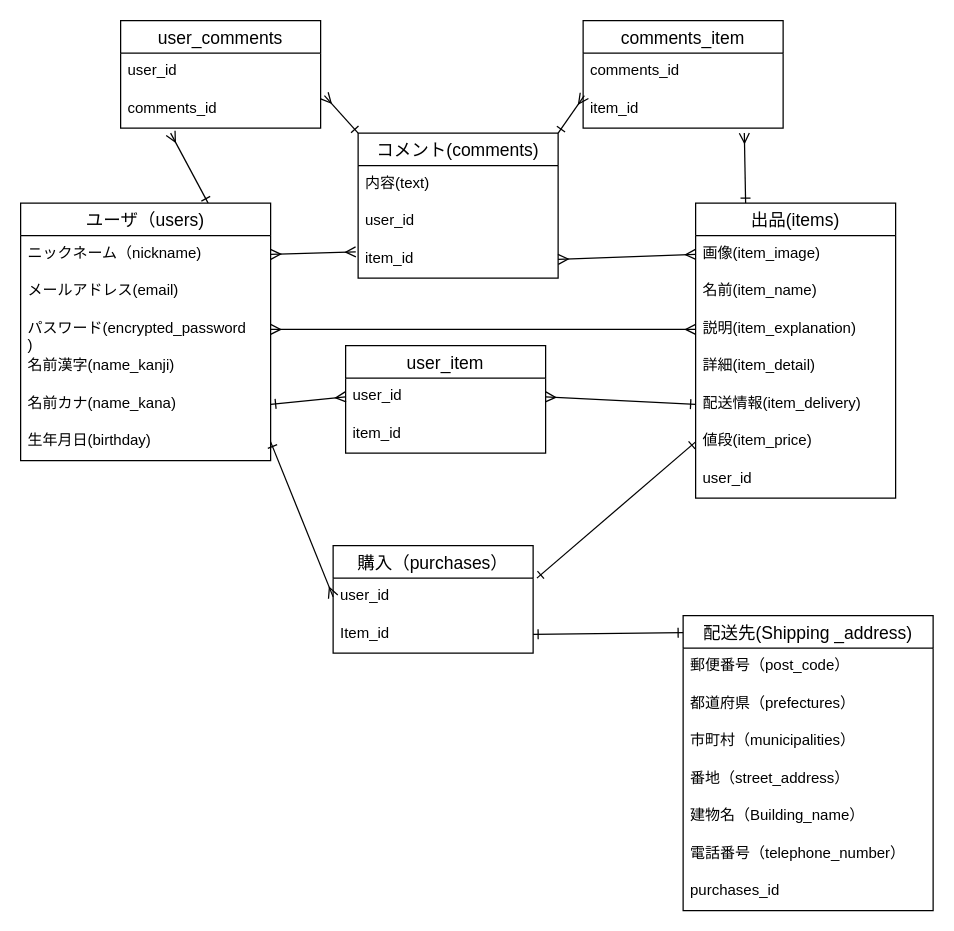
masaki-yosida/furima-40042 keeps this draw.io diagram as ER.dio. Above is the earlier version. Source tidied: cells renumbered, new cells numbered last; positions are measured from the earlier drawing's top-left corner, leaving out a move shared by most shapes. Both pictures are drawn from the tidied source at 125%, with x=0, y=0 at pixel (20, 20).
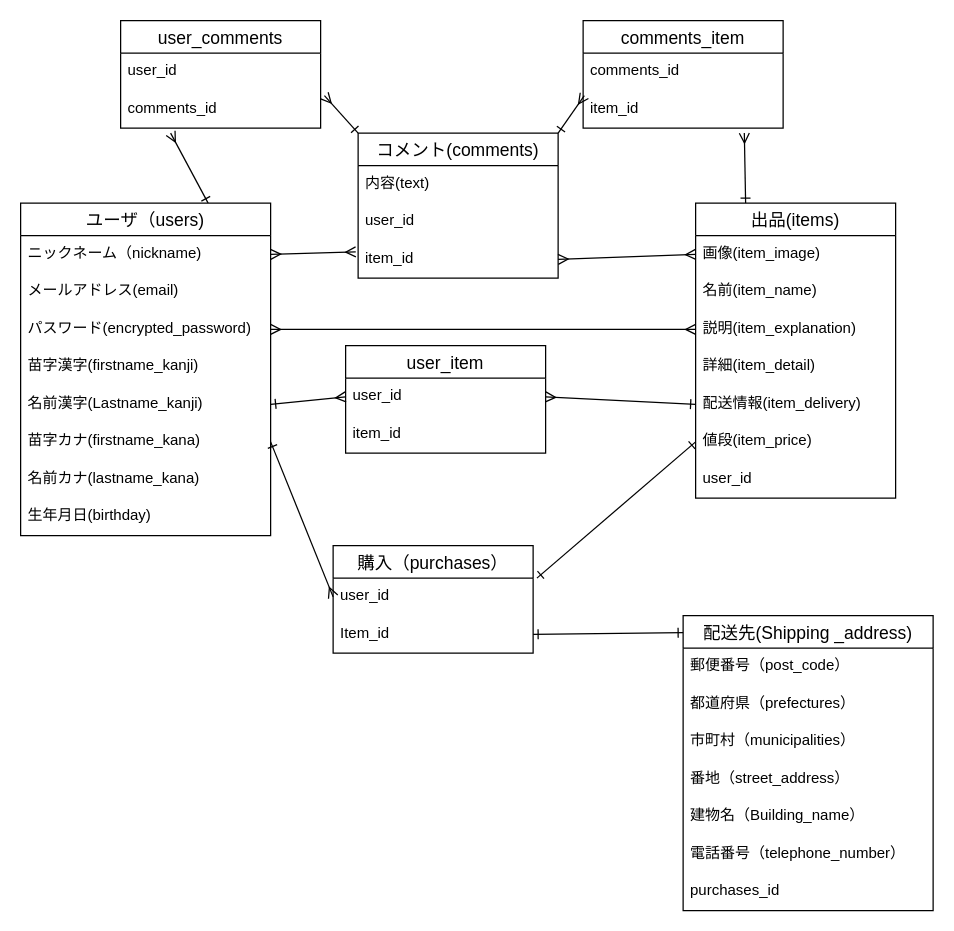
The same page after the edit.

Commit message (it also covers changes not shown here):
・姓 ・名 ・姓のフリガナ ・名のフリガナに変更

The edit, as a diff of the source:
```diff
@@
     <mxCell id="3" value="ユーザ（users)" style="swimlane;fontStyle=0;horizontal=1;startSize=26;align=center;fontSize=14;" parent="1" vertex="1">
-      <mxGeometry y="146" width="200" height="206" as="geometry" />
+      <mxGeometry y="146" width="200" height="266" as="geometry" />
     </mxCell>
@@
-    <mxCell id="6" value="パスワード(encrypted_password&#10;)" style="text;strokeColor=none;fillColor=none;spacingLeft=4;spacingRight=4;overflow=hidden;points=[[0,0.5],[1,0.5]];portConstraint=eastwest;fontSize=12;" parent="3" vertex="1">
+    <mxCell id="6" value="パスワード(encrypted_password)" style="text;strokeColor=none;fillColor=none;spacingLeft=4;spacingRight=4;overflow=hidden;points=[[0,0.5],[1,0.5]];portConstraint=eastwest;fontSize=12;" parent="3" vertex="1">
       <mxGeometry y="86" width="200" height="30" as="geometry" />
     </mxCell>
-    <mxCell id="7" value="名前漢字(name_kanji)" style="text;strokeColor=none;fillColor=none;spacingLeft=4;spacingRight=4;overflow=hidden;fontSize=12;" parent="3" vertex="1">
+    <mxCell id="7" value="苗字漢字(firstname_kanji)" style="text;strokeColor=none;fillColor=none;spacingLeft=4;spacingRight=4;overflow=hidden;fontSize=12;" parent="3" vertex="1">
       <mxGeometry y="116" width="200" height="30" as="geometry" />
     </mxCell>
-    <mxCell id="8" value="名前カナ(name_kana)" style="text;strokeColor=none;fillColor=none;spacingLeft=4;spacingRight=4;overflow=hidden;points=[[0,0.5],[1,0.5]];portConstraint=eastwest;fontSize=12;" parent="3" vertex="1">
+    <mxCell id="8" value="名前漢字(Lastname_kanji)" style="text;strokeColor=none;fillColor=none;spacingLeft=4;spacingRight=4;overflow=hidden;points=[[0,0.5],[1,0.5]];portConstraint=eastwest;fontSize=12;" parent="3" vertex="1">
       <mxGeometry y="146" width="200" height="30" as="geometry" />
     </mxCell>
-    <mxCell id="9" value="生年月日(birthday)" style="text;strokeColor=none;fillColor=none;spacingLeft=4;spacingRight=4;overflow=hidden;points=[[0,0.5],[1,0.5]];portConstraint=eastwest;fontSize=12;" parent="3" vertex="1">
+    <mxCell id="9" value="苗字カナ(firstname_kana)" style="text;strokeColor=none;fillColor=none;spacingLeft=4;spacingRight=4;overflow=hidden;points=[[0,0.5],[1,0.5]];portConstraint=eastwest;fontSize=12;" parent="3" vertex="1">
       <mxGeometry y="176" width="200" height="30" as="geometry" />
     </mxCell>
+    <mxCell id="53" value="名前カナ(lastname_kana)" style="text;strokeColor=none;fillColor=none;spacingLeft=4;spacingRight=4;overflow=hidden;fontSize=12;" parent="3" vertex="1">
+      <mxGeometry y="206" width="200" height="30" as="geometry" />
+    </mxCell>
+    <mxCell id="54" value="生年月日(birthday)" style="text;strokeColor=none;fillColor=none;spacingLeft=4;spacingRight=4;overflow=hidden;fontSize=12;" parent="3" vertex="1">
+      <mxGeometry y="236" width="200" height="30" as="geometry" />
+    </mxCell>
```
